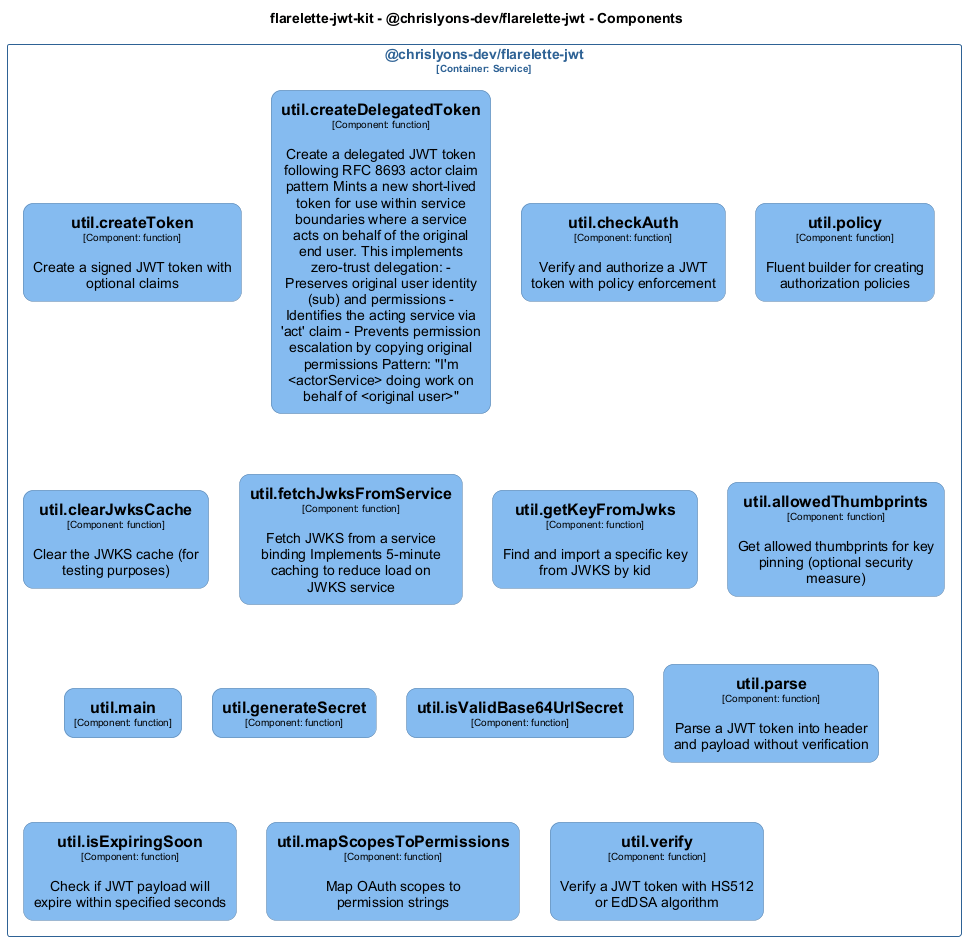
Before: docs/architecture/diagrams/structurizr-Classes_chrislyons_dev_flarelette_jwt__util.png, a diagram exported from PlantUML (chrislyons-dev/flarelette-jwt-kit).
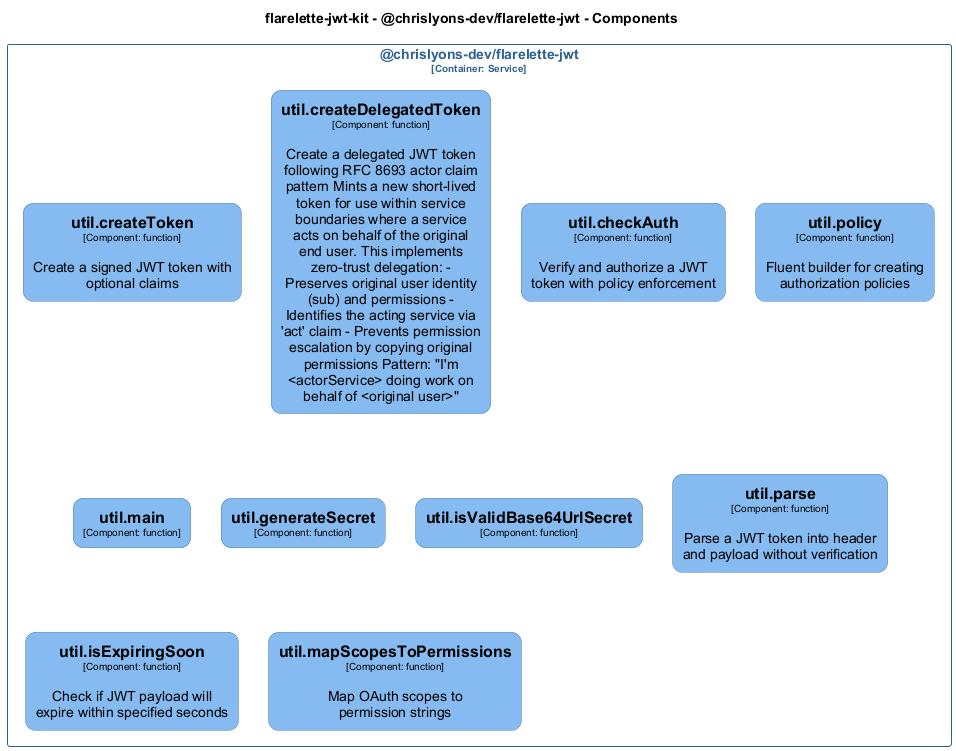
After the change.

Diff of the diagram source:
```diff
@@ -16,21 +16,7 @@
 
 hide stereotype
 
-skinparam rectangle<<flarelettejwtkit.chrislyonsdevflarelettejwt.utilallowedThumbprints>> {
-  BackgroundColor #85bbf0
-  FontColor #000000
-  BorderColor #5d82a8
-  roundCorner 20
-  shadowing false
-}
 skinparam rectangle<<flarelettejwtkit.chrislyonsdevflarelettejwt.utilcheckAuth>> {
-  BackgroundColor #85bbf0
-  FontColor #000000
-  BorderColor #5d82a8
-  roundCorner 20
-  shadowing false
-}
-skinparam rectangle<<flarelettejwtkit.chrislyonsdevflarelettejwt.utilclearJwksCache>> {
   BackgroundColor #85bbf0
   FontColor #000000
   BorderColor #5d82a8
@@ -51,21 +37,7 @@
   roundCorner 20
   shadowing false
 }
-skinparam rectangle<<flarelettejwtkit.chrislyonsdevflarelettejwt.utilfetchJwksFromService>> {
-  BackgroundColor #85bbf0
-  FontColor #000000
-  BorderColor #5d82a8
-  roundCorner 20
-  shadowing false
-}
 skinparam rectangle<<flarelettejwtkit.chrislyonsdevflarelettejwt.utilgenerateSecret>> {
-  BackgroundColor #85bbf0
-  FontColor #000000
-  BorderColor #5d82a8
-  roundCorner 20
-  shadowing false
-}
-skinparam rectangle<<flarelettejwtkit.chrislyonsdevflarelettejwt.utilgetKeyFromJwks>> {
   BackgroundColor #85bbf0
   FontColor #000000
   BorderColor #5d82a8
@@ -114,13 +86,6 @@
   roundCorner 20
   shadowing false
 }
-skinparam rectangle<<flarelettejwtkit.chrislyonsdevflarelettejwt.utilverify>> {
-  BackgroundColor #85bbf0
-  FontColor #000000
-  BorderColor #5d82a8
-  roundCorner 20
-  shadowing false
-}
 skinparam rectangle<<flarelettejwtkit.chrislyonsdevflarelettejwt>> {
   BorderColor #2e6295
   FontColor #2e6295
@@ -132,17 +97,12 @@
   rectangle "==util.createDelegatedToken\n<size:10>[Component: function]</size>\n\nCreate a delegated JWT token following RFC 8693 actor claim pattern Mints a new short-lived token for use within service boundaries where a service acts on behalf of the original end user. This implements zero-trust delegation: - Preserves original user identity (sub) and permissions - Identifies the acting service via 'act' claim - Prevents permission escalation by copying original permissions Pattern: "I'm <actorService> doing work on behalf of <original user>"" <<flarelettejwtkit.chrislyonsdevflarelettejwt.utilcreateDelegatedToken>> as flarelettejwtkit.chrislyonsdevflarelettejwt.utilcreateDelegatedToken
   rectangle "==util.checkAuth\n<size:10>[Component: function]</size>\n\nVerify and authorize a JWT token with policy enforcement" <<flarelettejwtkit.chrislyonsdevflarelettejwt.utilcheckAuth>> as flarelettejwtkit.chrislyonsdevflarelettejwt.utilcheckAuth
   rectangle "==util.policy\n<size:10>[Component: function]</size>\n\nFluent builder for creating authorization policies" <<flarelettejwtkit.chrislyonsdevflarelettejwt.utilpolicy>> as flarelettejwtkit.chrislyonsdevflarelettejwt.utilpolicy
-  rectangle "==util.clearJwksCache\n<size:10>[Component: function]</size>\n\nClear the JWKS cache (for testing purposes)" <<flarelettejwtkit.chrislyonsdevflarelettejwt.utilclearJwksCache>> as flarelettejwtkit.chrislyonsdevflarelettejwt.utilclearJwksCache
-  rectangle "==util.fetchJwksFromService\n<size:10>[Component: function]</size>\n\nFetch JWKS from a service binding Implements 5-minute caching to reduce load on JWKS service" <<flarelettejwtkit.chrislyonsdevflarelettejwt.utilfetchJwksFromService>> as flarelettejwtkit.chrislyonsdevflarelettejwt.utilfetchJwksFromService
-  rectangle "==util.getKeyFromJwks\n<size:10>[Component: function]</size>\n\nFind and import a specific key from JWKS by kid" <<flarelettejwtkit.chrislyonsdevflarelettejwt.utilgetKeyFromJwks>> as flarelettejwtkit.chrislyonsdevflarelettejwt.utilgetKeyFromJwks
-  rectangle "==util.allowedThumbprints\n<size:10>[Component: function]</size>\n\nGet allowed thumbprints for key pinning (optional security measure)" <<flarelettejwtkit.chrislyonsdevflarelettejwt.utilallowedThumbprints>> as flarelettejwtkit.chrislyonsdevflarelettejwt.utilallowedThumbprints
   rectangle "==util.main\n<size:10>[Component: function]</size>" <<flarelettejwtkit.chrislyonsdevflarelettejwt.utilmain>> as flarelettejwtkit.chrislyonsdevflarelettejwt.utilmain
   rectangle "==util.generateSecret\n<size:10>[Component: function]</size>" <<flarelettejwtkit.chrislyonsdevflarelettejwt.utilgenerateSecret>> as flarelettejwtkit.chrislyonsdevflarelettejwt.utilgenerateSecret
   rectangle "==util.isValidBase64UrlSecret\n<size:10>[Component: function]</size>" <<flarelettejwtkit.chrislyonsdevflarelettejwt.utilisValidBase64UrlSecret>> as flarelettejwtkit.chrislyonsdevflarelettejwt.utilisValidBase64UrlSecret
   rectangle "==util.parse\n<size:10>[Component: function]</size>\n\nParse a JWT token into header and payload without verification" <<flarelettejwtkit.chrislyonsdevflarelettejwt.utilparse>> as flarelettejwtkit.chrislyonsdevflarelettejwt.utilparse
   rectangle "==util.isExpiringSoon\n<size:10>[Component: function]</size>\n\nCheck if JWT payload will expire within specified seconds" <<flarelettejwtkit.chrislyonsdevflarelettejwt.utilisExpiringSoon>> as flarelettejwtkit.chrislyonsdevflarelettejwt.utilisExpiringSoon
   rectangle "==util.mapScopesToPermissions\n<size:10>[Component: function]</size>\n\nMap OAuth scopes to permission strings" <<flarelettejwtkit.chrislyonsdevflarelettejwt.utilmapScopesToPermissions>> as flarelettejwtkit.chrislyonsdevflarelettejwt.utilmapScopesToPermissions
-  rectangle "==util.verify\n<size:10>[Component: function]</size>\n\nVerify a JWT token with HS512 or EdDSA algorithm" <<flarelettejwtkit.chrislyonsdevflarelettejwt.utilverify>> as flarelettejwtkit.chrislyonsdevflarelettejwt.utilverify
 }
 
 @enduml
```
